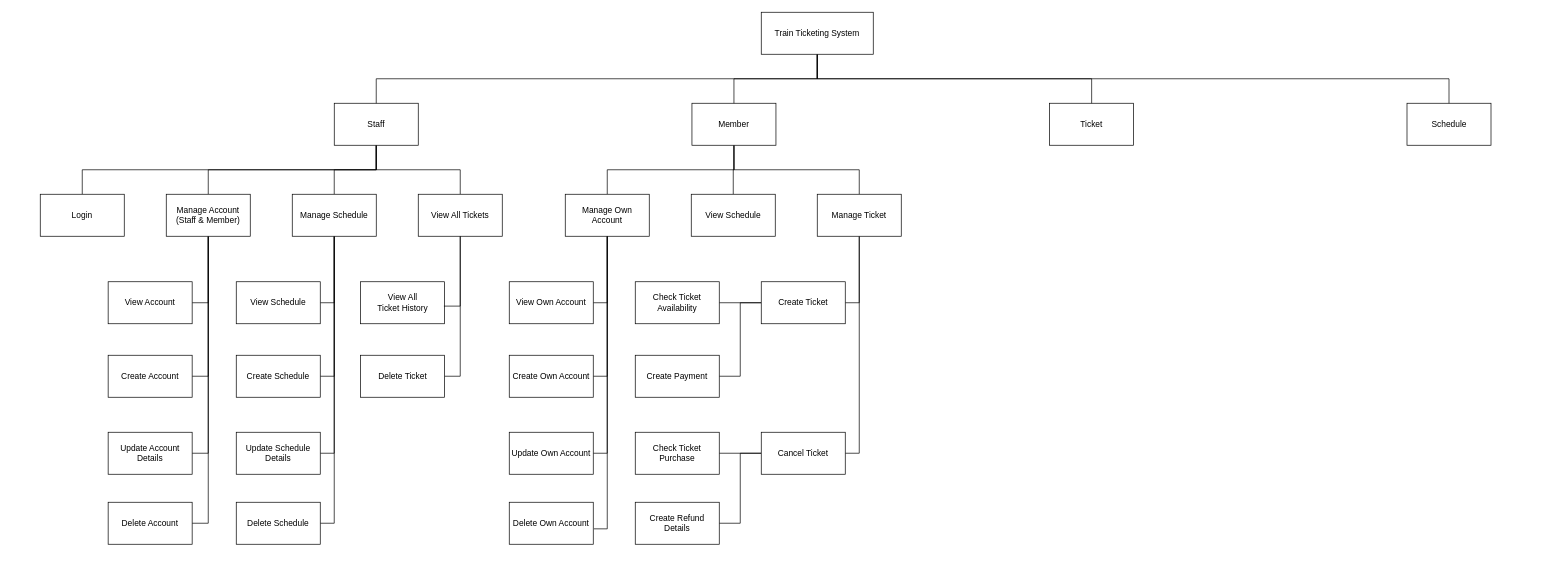
Above: diagrams/structure_chart.drawio in Poleric/train-ticketing-system (draw.io), before the change. Source tidied: cells renumbered, new cells numbered last; positions are measured from the earlier drawing's top-left corner, leaving out a move shared by most shapes. Both pictures are drawn from the tidied source at 70%, with x=0, y=0 at pixel (40, 12).
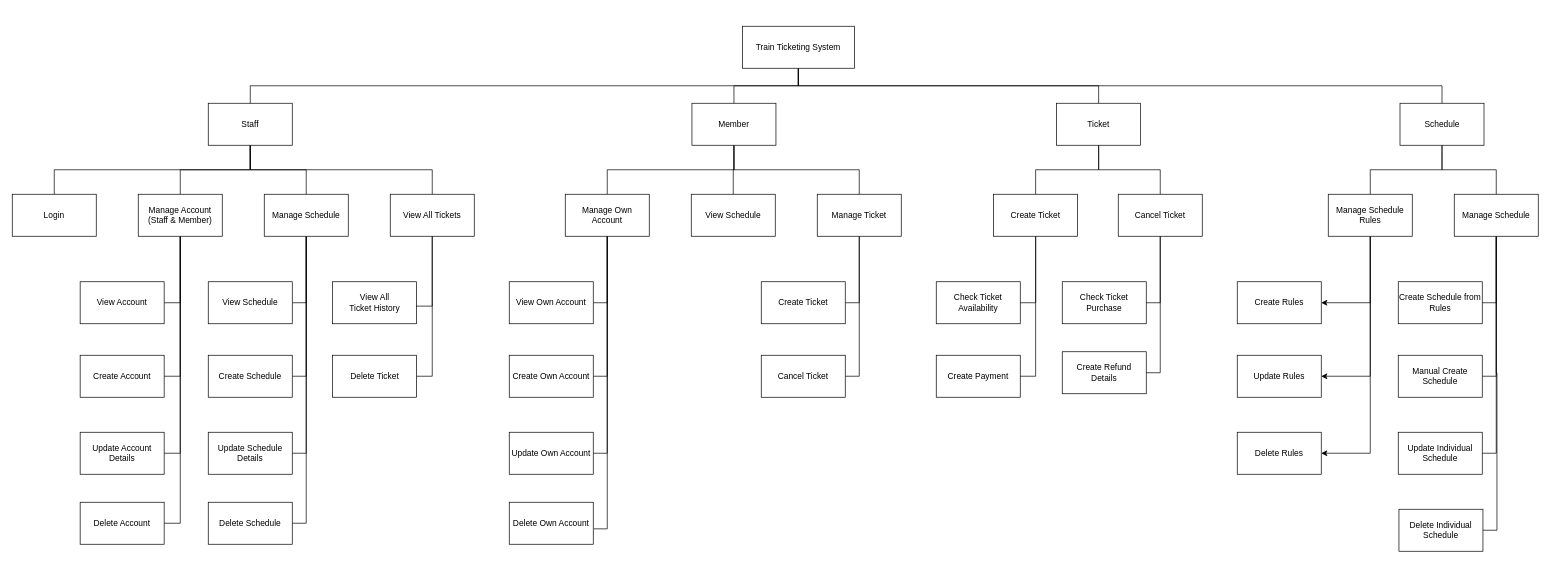
After the change.

Commit message:
finish structure chart

Unchanged cells that the change refers to:
```xml
<mxCell id="57" value="Create Ticket" style="rounded=0;whiteSpace=wrap;html=1;" parent="1" vertex="1">
  <mxGeometry x="1030" y="385" width="120" height="60" as="geometry" />
</mxCell>
```

Change to the diagram source:
```diff
@@
     <mxCell id="6" value="Staff" style="rounded=0;whiteSpace=wrap;html=1;" parent="1" vertex="1">
-      <mxGeometry x="420" y="130" width="120" height="60" as="geometry" />
+      <mxGeometry x="240" y="130" width="120" height="60" as="geometry" />
     </mxCell>
@@
+    <mxCell id="65" style="edgeStyle=orthogonalEdgeStyle;rounded=0;jettySize=auto;html=1;exitX=0.5;exitY=1;exitDx=0;exitDy=0;entryX=0.5;entryY=0;entryDx=0;entryDy=0;endArrow=none;endFill=0;" parent="1" edge="1" source="11" target="71">
+      <mxGeometry relative="1" as="geometry" />
+    </mxCell>
+    <mxCell id="66" style="edgeStyle=orthogonalEdgeStyle;rounded=0;jettySize=auto;html=1;exitX=0.5;exitY=1;exitDx=0;exitDy=0;entryX=0.5;entryY=0;entryDx=0;entryDy=0;endArrow=none;endFill=0;" parent="1" edge="1" source="11" target="74">
+      <mxGeometry relative="1" as="geometry" />
+    </mxCell>
     <mxCell id="11" value="Ticket" style="rounded=0;whiteSpace=wrap;html=1;" parent="1" vertex="1">
-      <mxGeometry x="1442" y="130" width="120" height="60" as="geometry" />
+      <mxGeometry x="1452" y="130" width="120" height="60" as="geometry" />
     </mxCell>
+    <mxCell id="67" style="edgeStyle=orthogonalEdgeStyle;rounded=0;jettySize=auto;html=1;exitX=0.5;exitY=1;exitDx=0;exitDy=0;entryX=0.5;entryY=0;entryDx=0;entryDy=0;endArrow=none;endFill=0;" parent="1" edge="1" source="12" target="78">
+      <mxGeometry relative="1" as="geometry" />
+    </mxCell>
+    <mxCell id="68" style="edgeStyle=orthogonalEdgeStyle;rounded=0;jettySize=auto;html=1;exitX=0.5;exitY=1;exitDx=0;exitDy=0;entryX=0.5;entryY=0;entryDx=0;entryDy=0;endArrow=none;endFill=0;" parent="1" edge="1" source="12" target="83">
+      <mxGeometry relative="1" as="geometry" />
+    </mxCell>
     <mxCell id="12" value="Schedule" style="rounded=0;whiteSpace=wrap;html=1;" parent="1" vertex="1">
-      <mxGeometry x="1952.5" y="130" width="120" height="60" as="geometry" />
+      <mxGeometry x="1942.5" y="130" width="120" height="60" as="geometry" />
     </mxCell>
@@
     <mxCell id="17" value="Train Ticketing System" style="rounded=0;whiteSpace=wrap;html=1;" parent="1" vertex="1">
-      <mxGeometry x="1030" width="160" height="60" as="geometry" />
+      <mxGeometry x="1003" y="20" width="160" height="60" as="geometry" />
     </mxCell>
@@
     <mxCell id="22" value="Manage Account&lt;br&gt;(Staff &amp;amp; Member)" style="rounded=0;whiteSpace=wrap;html=1;" parent="1" vertex="1">
-      <mxGeometry x="180" y="260" width="120" height="60" as="geometry" />
+      <mxGeometry x="140" y="260" width="120" height="60" as="geometry" />
     </mxCell>
@@
     <mxCell id="27" value="Manage Schedule" style="rounded=0;whiteSpace=wrap;html=1;" parent="1" vertex="1">
-      <mxGeometry x="360" y="260" width="120" height="60" as="geometry" />
+      <mxGeometry x="320" y="260" width="120" height="60" as="geometry" />
     </mxCell>
@@
     <mxCell id="29" value="View All Tickets" style="rounded=0;whiteSpace=wrap;html=1;" parent="1" vertex="1">
-      <mxGeometry x="540" y="260" width="120" height="60" as="geometry" />
+      <mxGeometry x="500" y="260" width="120" height="60" as="geometry" />
     </mxCell>
     <mxCell id="30" value="View Account" style="rounded=0;whiteSpace=wrap;html=1;" parent="1" vertex="1">
-      <mxGeometry x="97" y="385" width="120" height="60" as="geometry" />
+      <mxGeometry x="57" y="385" width="120" height="60" as="geometry" />
     </mxCell>
     <mxCell id="31" value="Create Account" style="rounded=0;whiteSpace=wrap;html=1;" parent="1" vertex="1">
-      <mxGeometry x="97" y="490" width="120" height="60" as="geometry" />
+      <mxGeometry x="57" y="490" width="120" height="60" as="geometry" />
     </mxCell>
     <mxCell id="32" value="Delete Account" style="rounded=0;whiteSpace=wrap;html=1;" parent="1" vertex="1">
-      <mxGeometry x="97" y="700" width="120" height="60" as="geometry" />
+      <mxGeometry x="57" y="700" width="120" height="60" as="geometry" />
     </mxCell>
     <mxCell id="33" value="Update Account Details" style="rounded=0;whiteSpace=wrap;html=1;" parent="1" vertex="1">
-      <mxGeometry x="97" y="600" width="120" height="60" as="geometry" />
+      <mxGeometry x="57" y="600" width="120" height="60" as="geometry" />
     </mxCell>
     <mxCell id="34" value="Login" style="rounded=0;whiteSpace=wrap;html=1;" parent="1" vertex="1">
-      <mxGeometry y="260" width="120" height="60" as="geometry" />
+      <mxGeometry x="-40" y="260" width="120" height="60" as="geometry" />
     </mxCell>
     <mxCell id="35" value="View Schedule" style="rounded=0;whiteSpace=wrap;html=1;" parent="1" vertex="1">
-      <mxGeometry x="280" y="385" width="120" height="60" as="geometry" />
+      <mxGeometry x="240" y="385" width="120" height="60" as="geometry" />
     </mxCell>
     <mxCell id="36" value="Create Schedule" style="rounded=0;whiteSpace=wrap;html=1;" parent="1" vertex="1">
-      <mxGeometry x="280" y="490" width="120" height="60" as="geometry" />
+      <mxGeometry x="240" y="490" width="120" height="60" as="geometry" />
     </mxCell>
     <mxCell id="37" value="Update Schedule Details" style="rounded=0;whiteSpace=wrap;html=1;" parent="1" vertex="1">
-      <mxGeometry x="280" y="600" width="120" height="60" as="geometry" />
+      <mxGeometry x="240" y="600" width="120" height="60" as="geometry" />
     </mxCell>
     <mxCell id="38" value="Delete Schedule" style="rounded=0;whiteSpace=wrap;html=1;" parent="1" vertex="1">
-      <mxGeometry x="280" y="700" width="120" height="60" as="geometry" />
+      <mxGeometry x="240" y="700" width="120" height="60" as="geometry" />
     </mxCell>
     <mxCell id="39" value="View All&lt;div&gt;Ticket History&lt;/div&gt;" style="rounded=0;whiteSpace=wrap;html=1;" parent="1" vertex="1">
-      <mxGeometry x="457.5" y="385" width="120" height="60" as="geometry" />
+      <mxGeometry x="417.5" y="385" width="120" height="60" as="geometry" />
     </mxCell>
     <mxCell id="40" value="Delete Ticket" style="rounded=0;whiteSpace=wrap;html=1;" parent="1" vertex="1">
-      <mxGeometry x="457.5" y="490" width="120" height="60" as="geometry" />
+      <mxGeometry x="417.5" y="490" width="120" height="60" as="geometry" />
     </mxCell>
@@
-    <mxCell id="55" style="edgeStyle=orthogonalEdgeStyle;rounded=0;jettySize=auto;html=1;exitX=0;exitY=0.5;exitDx=0;exitDy=0;entryX=1;entryY=0.5;entryDx=0;entryDy=0;endArrow=none;endFill=0;" parent="1" edge="1" source="57" target="61">
-      <mxGeometry relative="1" as="geometry" />
-    </mxCell>
-    <mxCell id="56" style="edgeStyle=orthogonalEdgeStyle;rounded=0;jettySize=auto;html=1;exitX=0;exitY=0.5;exitDx=0;exitDy=0;entryX=1;entryY=0.5;entryDx=0;entryDy=0;endArrow=none;endFill=0;" parent="1" edge="1" source="57" target="62">
-      <mxGeometry relative="1" as="geometry" />
-    </mxCell>
@@
-    <mxCell id="58" style="edgeStyle=orthogonalEdgeStyle;rounded=0;jettySize=auto;html=1;exitX=0;exitY=0.5;exitDx=0;exitDy=0;entryX=1;entryY=0.5;entryDx=0;entryDy=0;endArrow=none;endFill=0;" parent="1" edge="1" source="60" target="63">
-      <mxGeometry relative="1" as="geometry" />
-    </mxCell>
-    <mxCell id="59" style="edgeStyle=orthogonalEdgeStyle;rounded=0;jettySize=auto;html=1;exitX=0;exitY=0.5;exitDx=0;exitDy=0;entryX=1;entryY=0.5;entryDx=0;entryDy=0;endArrow=none;endFill=0;" parent="1" edge="1" source="60" target="64">
-      <mxGeometry relative="1" as="geometry" />
-    </mxCell>
     <mxCell id="60" value="Cancel Ticket" style="rounded=0;whiteSpace=wrap;html=1;" parent="1" vertex="1">
-      <mxGeometry x="1030" y="600" width="120" height="60" as="geometry" />
+      <mxGeometry x="1030" y="490" width="120" height="60" as="geometry" />
     </mxCell>
     <mxCell id="61" value="Check Ticket Availability" style="rounded=0;whiteSpace=wrap;html=1;" parent="1" vertex="1">
-      <mxGeometry x="850" y="385" width="120" height="60" as="geometry" />
+      <mxGeometry x="1280" y="385" width="120" height="60" as="geometry" />
     </mxCell>
     <mxCell id="62" value="Create Payment" style="rounded=0;whiteSpace=wrap;html=1;" parent="1" vertex="1">
-      <mxGeometry x="850" y="490" width="120" height="60" as="geometry" />
+      <mxGeometry x="1280" y="490" width="120" height="60" as="geometry" />
     </mxCell>
     <mxCell id="63" value="Check Ticket Purchase" style="rounded=0;whiteSpace=wrap;html=1;" parent="1" vertex="1">
-      <mxGeometry x="850" y="600" width="120" height="60" as="geometry" />
+      <mxGeometry x="1460" y="385" width="120" height="60" as="geometry" />
     </mxCell>
     <mxCell id="64" value="Create Refund Details" style="rounded=0;whiteSpace=wrap;html=1;" parent="1" vertex="1">
-      <mxGeometry x="850" y="700" width="120" height="60" as="geometry" />
+      <mxGeometry x="1460" y="485" width="120" height="60" as="geometry" />
     </mxCell>
+    <mxCell id="69" style="edgeStyle=orthogonalEdgeStyle;rounded=0;jettySize=auto;html=1;exitX=0.5;exitY=1;exitDx=0;exitDy=0;entryX=1;entryY=0.5;entryDx=0;entryDy=0;endArrow=none;endFill=0;" parent="1" edge="1" source="71" target="61">
+      <mxGeometry relative="1" as="geometry" />
+    </mxCell>
+    <mxCell id="70" style="edgeStyle=orthogonalEdgeStyle;rounded=0;jettySize=auto;html=1;exitX=0.5;exitY=1;exitDx=0;exitDy=0;entryX=1;entryY=0.5;entryDx=0;entryDy=0;endArrow=none;endFill=0;" parent="1" edge="1" source="71" target="62">
+      <mxGeometry relative="1" as="geometry" />
+    </mxCell>
+    <mxCell id="71" value="Create Ticket" style="rounded=0;whiteSpace=wrap;html=1;" parent="1" vertex="1">
+      <mxGeometry x="1362" y="260" width="120" height="60" as="geometry" />
+    </mxCell>
+    <mxCell id="72" style="edgeStyle=orthogonalEdgeStyle;rounded=0;jettySize=auto;html=1;exitX=0.5;exitY=1;exitDx=0;exitDy=0;entryX=1;entryY=0.5;entryDx=0;entryDy=0;endArrow=none;endFill=0;" parent="1" edge="1" source="74" target="63">
+      <mxGeometry relative="1" as="geometry" />
+    </mxCell>
+    <mxCell id="73" style="edgeStyle=orthogonalEdgeStyle;rounded=0;jettySize=auto;html=1;exitX=0.5;exitY=1;exitDx=0;exitDy=0;entryX=1;entryY=0.5;entryDx=0;entryDy=0;endArrow=none;endFill=0;" parent="1" edge="1" source="74" target="64">
+      <mxGeometry relative="1" as="geometry" />
+    </mxCell>
+    <mxCell id="74" value="Cancel Ticket" style="rounded=0;whiteSpace=wrap;html=1;" parent="1" vertex="1">
+      <mxGeometry x="1540" y="260" width="120" height="60" as="geometry" />
+    </mxCell>
+    <mxCell id="75" style="edgeStyle=orthogonalEdgeStyle;rounded=0;jettySize=auto;html=1;exitX=0.5;exitY=1;exitDx=0;exitDy=0;entryX=1;entryY=0.5;entryDx=0;entryDy=0;" parent="1" edge="1" source="78" target="84">
+      <mxGeometry relative="1" as="geometry" />
+    </mxCell>
+    <mxCell id="76" style="edgeStyle=orthogonalEdgeStyle;rounded=0;jettySize=auto;html=1;exitX=0.5;exitY=1;exitDx=0;exitDy=0;entryX=1;entryY=0.5;entryDx=0;entryDy=0;" parent="1" edge="1" source="78" target="85">
+      <mxGeometry relative="1" as="geometry" />
+    </mxCell>
+    <mxCell id="77" style="edgeStyle=orthogonalEdgeStyle;rounded=0;jettySize=auto;html=1;exitX=0.5;exitY=1;exitDx=0;exitDy=0;entryX=1;entryY=0.5;entryDx=0;entryDy=0;" parent="1" edge="1" source="78" target="86">
+      <mxGeometry relative="1" as="geometry" />
+    </mxCell>
+    <mxCell id="78" value="Manage Schedule Rules" style="rounded=0;whiteSpace=wrap;html=1;" parent="1" vertex="1">
+      <mxGeometry x="1840" y="260" width="120" height="60" as="geometry" />
+    </mxCell>
+    <mxCell id="79" style="edgeStyle=orthogonalEdgeStyle;rounded=0;jettySize=auto;html=1;exitX=0.5;exitY=1;exitDx=0;exitDy=0;entryX=1;entryY=0.5;entryDx=0;entryDy=0;endArrow=none;endFill=0;" parent="1" edge="1" source="83" target="87">
+      <mxGeometry relative="1" as="geometry" />
+    </mxCell>
+    <mxCell id="80" style="edgeStyle=orthogonalEdgeStyle;rounded=0;jettySize=auto;html=1;exitX=0.5;exitY=1;exitDx=0;exitDy=0;entryX=1;entryY=0.5;entryDx=0;entryDy=0;endArrow=none;endFill=0;" parent="1" edge="1" source="83" target="88">
+      <mxGeometry relative="1" as="geometry">
+        <Array as="points">
+          <mxPoint x="2080" y="630" />
+        </Array>
+      </mxGeometry>
+    </mxCell>
+    <mxCell id="81" style="edgeStyle=orthogonalEdgeStyle;rounded=0;jettySize=auto;html=1;exitX=0.5;exitY=1;exitDx=0;exitDy=0;entryX=1;entryY=0.5;entryDx=0;entryDy=0;endArrow=none;endFill=0;" parent="1" edge="1" source="83" target="89">
+      <mxGeometry relative="1" as="geometry" />
+    </mxCell>
+    <mxCell id="82" style="edgeStyle=orthogonalEdgeStyle;rounded=0;jettySize=auto;html=1;exitX=0.5;exitY=1;exitDx=0;exitDy=0;entryX=1;entryY=0.5;entryDx=0;entryDy=0;endArrow=none;endFill=0;" parent="1" edge="1" source="83" target="90">
+      <mxGeometry relative="1" as="geometry" />
+    </mxCell>
+    <mxCell id="83" value="Manage Schedule" style="rounded=0;whiteSpace=wrap;html=1;" parent="1" vertex="1">
+      <mxGeometry x="2020" y="260" width="120" height="60" as="geometry" />
+    </mxCell>
+    <mxCell id="84" value="Create Rules" style="rounded=0;whiteSpace=wrap;html=1;" parent="1" vertex="1">
+      <mxGeometry x="1710" y="385" width="120" height="60" as="geometry" />
+    </mxCell>
+    <mxCell id="85" value="Update Rules" style="rounded=0;whiteSpace=wrap;html=1;" parent="1" vertex="1">
+      <mxGeometry x="1710" y="490" width="120" height="60" as="geometry" />
+    </mxCell>
+    <mxCell id="86" value="Delete Rules" style="rounded=0;whiteSpace=wrap;html=1;" parent="1" vertex="1">
+      <mxGeometry x="1710" y="600" width="120" height="60" as="geometry" />
+    </mxCell>
+    <mxCell id="87" value="Create Schedule from Rules" style="rounded=0;whiteSpace=wrap;html=1;" parent="1" vertex="1">
+      <mxGeometry x="1940" y="385" width="120" height="60" as="geometry" />
+    </mxCell>
+    <mxCell id="88" value="Update Individual Schedule" style="rounded=0;whiteSpace=wrap;html=1;" parent="1" vertex="1">
+      <mxGeometry x="1940" y="600" width="120" height="60" as="geometry" />
+    </mxCell>
+    <mxCell id="89" value="Delete Individual Schedule" style="rounded=0;whiteSpace=wrap;html=1;" parent="1" vertex="1">
+      <mxGeometry x="1941" y="710" width="120" height="60" as="geometry" />
+    </mxCell>
+    <mxCell id="90" value="Manual Create Schedule" style="rounded=0;whiteSpace=wrap;html=1;" parent="1" vertex="1">
+      <mxGeometry x="1940" y="490" width="120" height="60" as="geometry" />
+    </mxCell>
```
